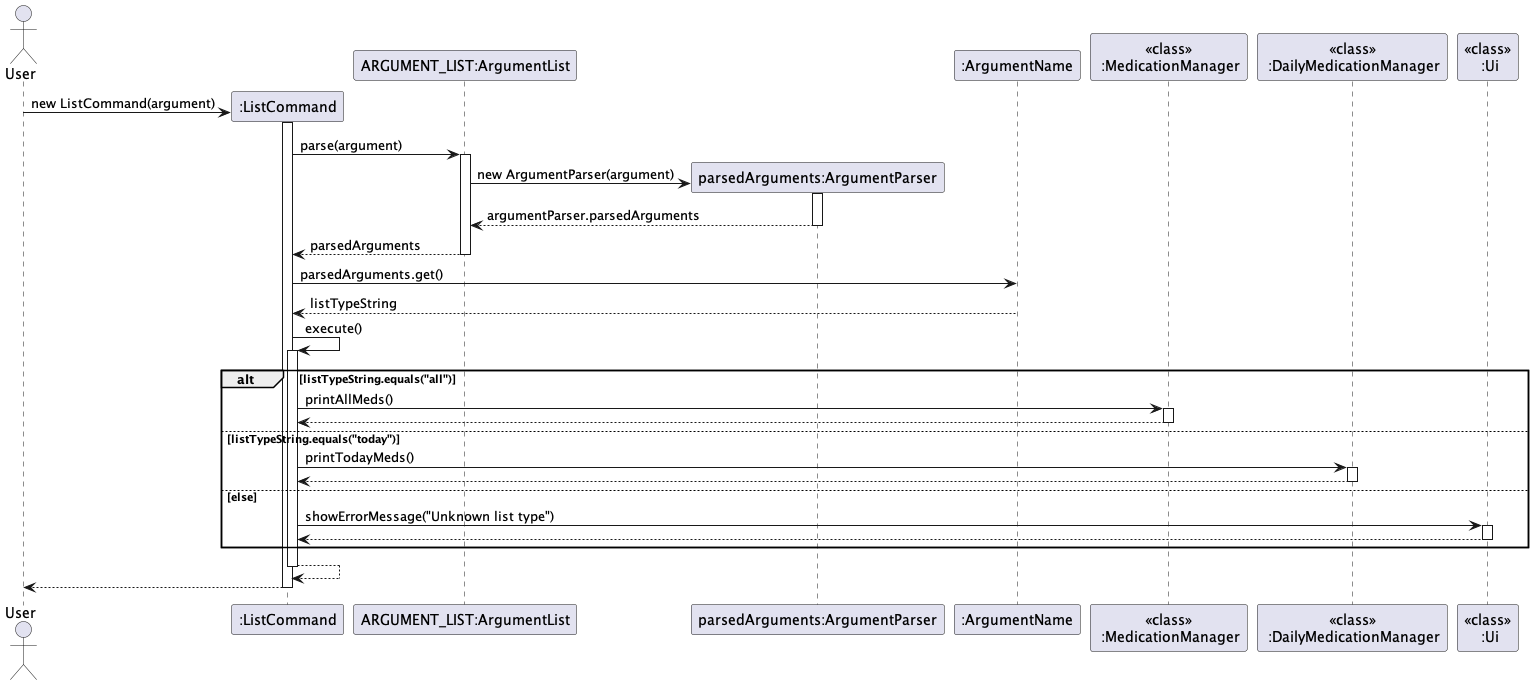
Before: docs/images/ListCommand.png, a diagram exported from PlantUML (e0958902/tp). Its diagram source:
```plantuml
@startuml

actor User
actor User

participant ":ListCommand" as LC
participant "ARGUMENT_LIST:ArgumentList" as AL

User -> LC ** : new ListCommand(argument)
activate LC
LC -> AL: parse(argument)
activate AL
AL -> "parsedArguments:ArgumentParser" as AP ** : new ArgumentParser(argument)
activate AP
return argumentParser.parsedArguments
return parsedArguments
deactivate AP
deactivate AL

participant ":ArgumentName" as AN
participant "<<class>>\n :MedicationManager" as MM
participant "<<class>>\n :DailyMedicationManager" as DM
participant "<<class>>\n :Ui" as UI
LC -> AN: parsedArguments.get()
return listTypeString
LC -> LC: execute()
activate LC
    alt listTypeString.equals("all")
        LC -> MM: printAllMeds()
        activate MM
        return
        deactivate MM
    else listTypeString.equals("today")
        LC -> DM: printTodayMeds()
        activate DM
        return
        deactivate DM
    else else
        LC -> UI: showErrorMessage("Unknown list type")
        activate UI
        return
        deactivate UI
    end
LC --> LC
deactivate LC
LC --> User
deactivate LC
@enduml
```
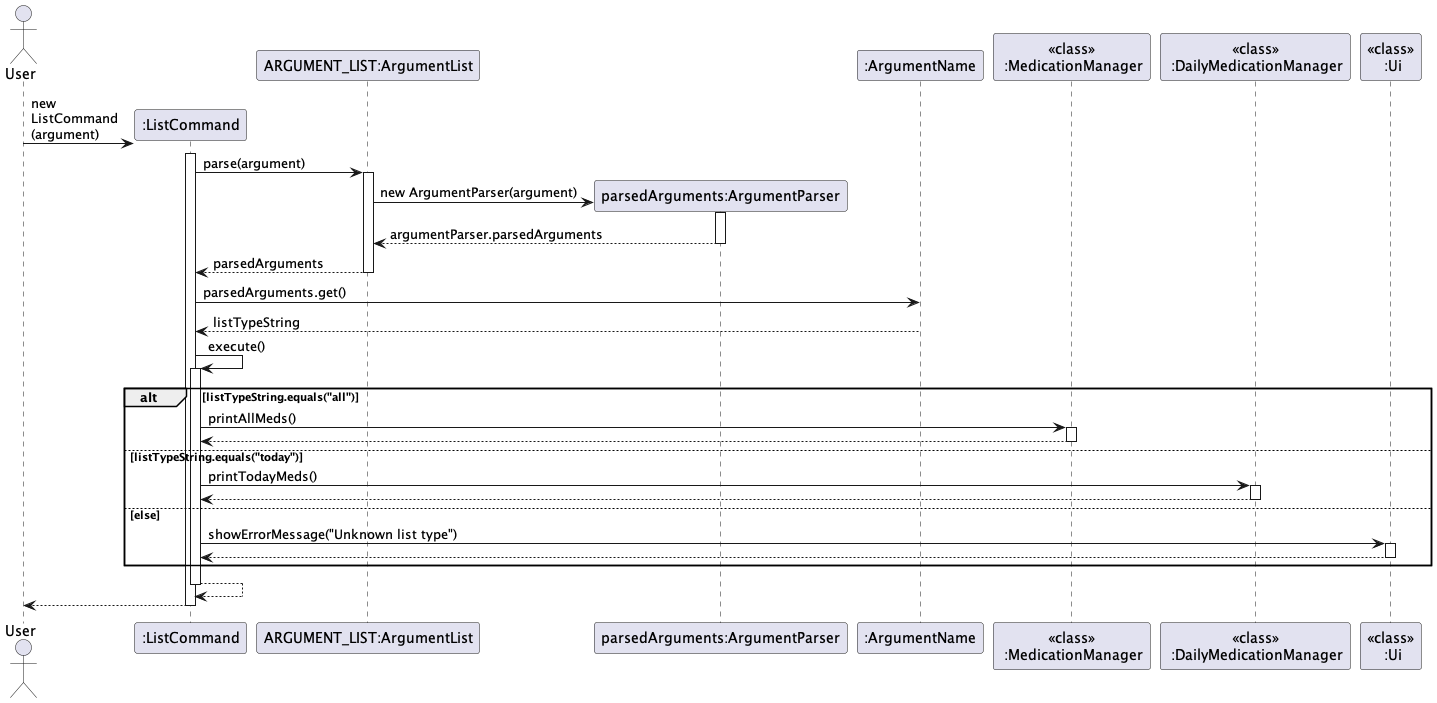
Later version of the same file.

Commit message:
Updates ListCommand uml

The edit, as a diff of the source:
```diff
@@ -1,12 +1,11 @@
 @startuml
 
-actor User
 actor User
 
 participant ":ListCommand" as LC
 participant "ARGUMENT_LIST:ArgumentList" as AL
 
-User -> LC ** : new ListCommand(argument)
+User -> LC ** : new \nListCommand\n(argument)
 activate LC
 LC -> AL: parse(argument)
 activate AL
```
